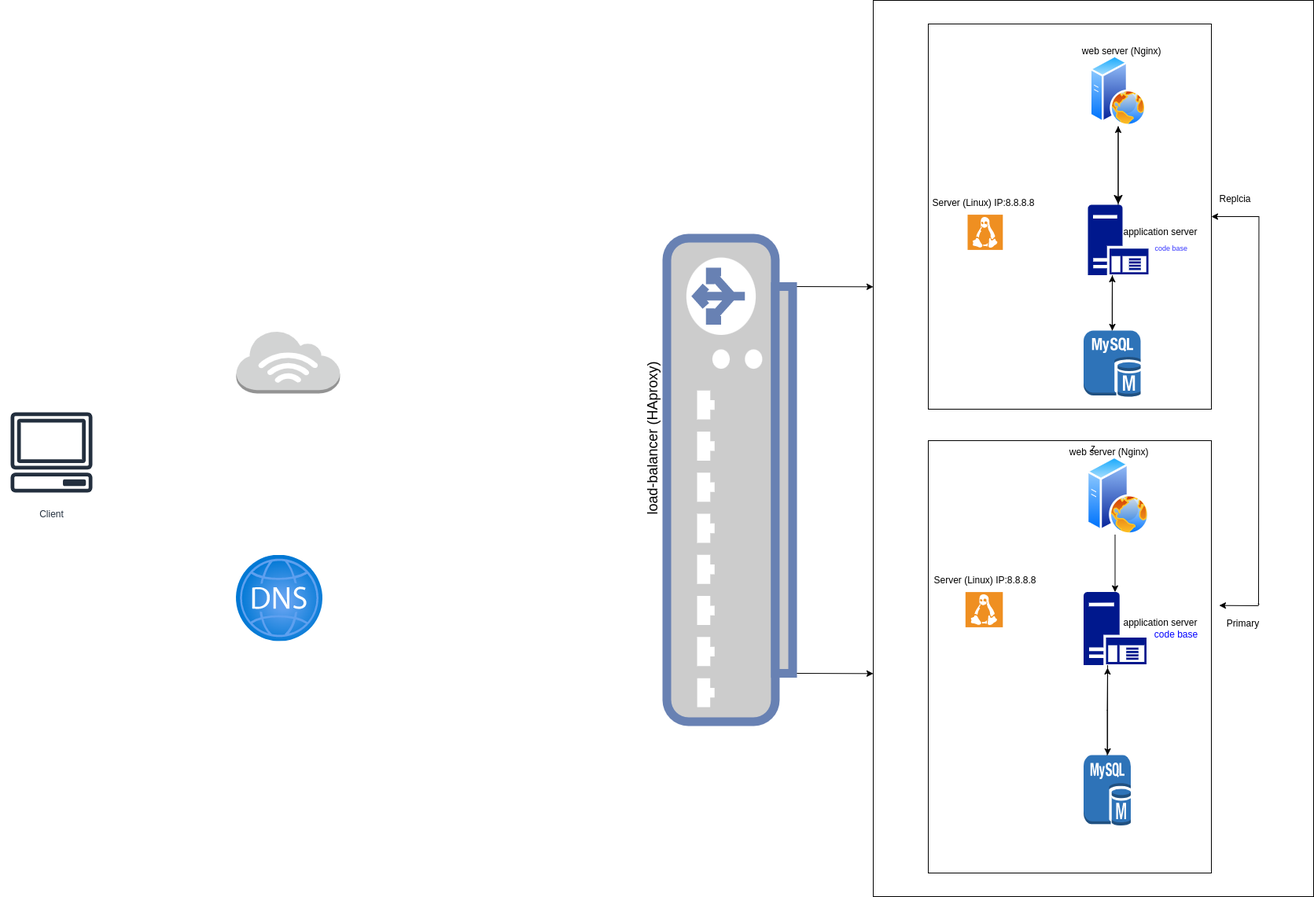
This is 0x09-web_infrastructure_design/1-distributed_web_infrastructure.drawio.png from Salma-fathi/alx-system_engineering-devops, a draw.io export, as it was before one commit. Source tidied: cells renumbered, new cells last; positions are measured from the earlier drawing's top-left corner, leaving out a move shared by most shapes.
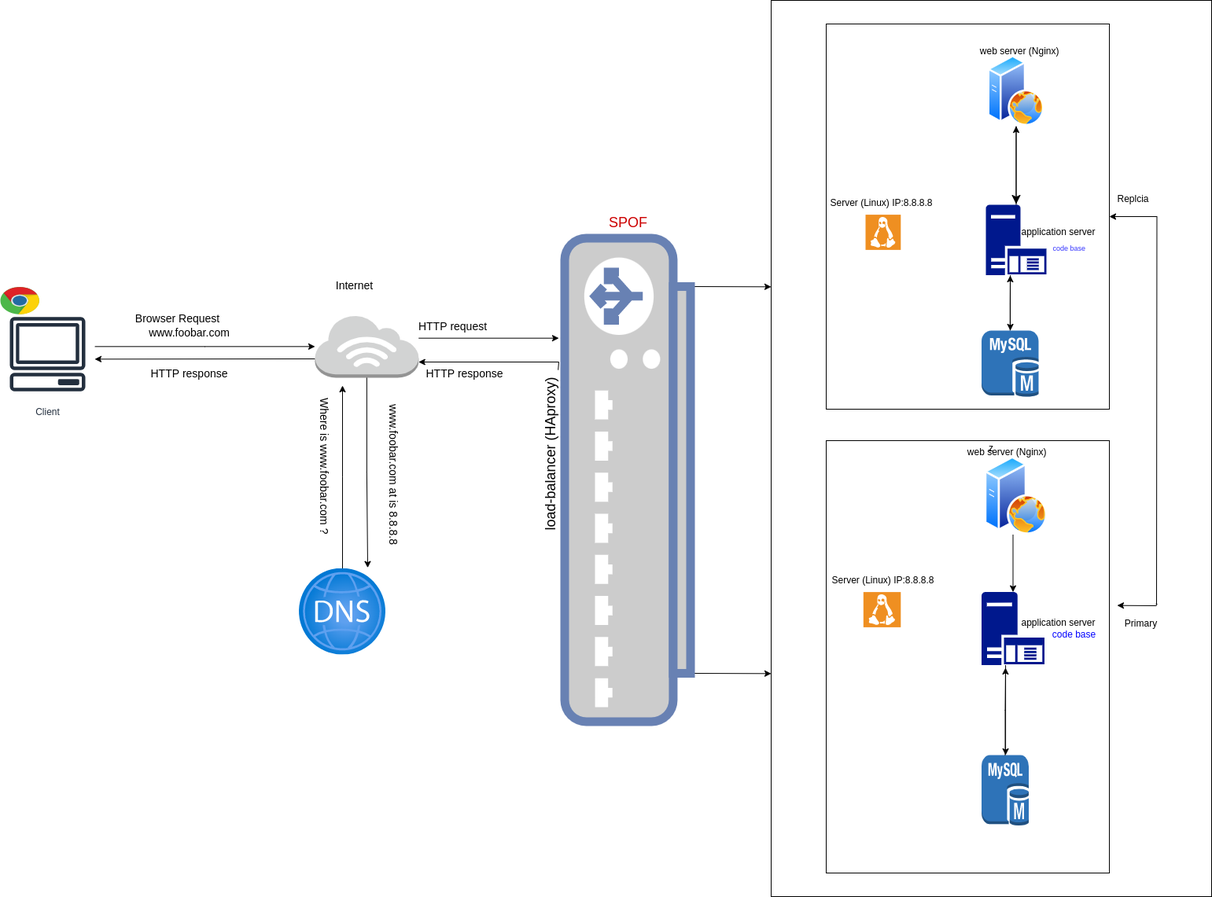
The same file after the commit.

What changed in the source:
```diff
@@ -127,16 +127,72 @@
       <mxGeometry x="1110" width="560" height="1140" as="geometry" />
     </mxCell>
     <mxCell id="36" value="&lt;font style=&quot;font-size: 18px;&quot;&gt;&amp;nbsp;load-balancer (HAproxy)&lt;/font&gt;" style="text;html=1;align=center;verticalAlign=middle;points=[];strokeColor=none;fillColor=none;rotation=-90;" parent="1" vertex="1">
-      <mxGeometry x="720" y="540" width="220" height="40" as="geometry" />
+      <mxGeometry x="720" y="560" width="220" height="40" as="geometry" />
     </mxCell>
+    <mxCell id="40" style="edgeStyle=elbowEdgeStyle;rounded=0;jettySize=auto;elbow=vertical;html=1;" parent="1" edge="1" source="37" target="38">
+      <mxGeometry relative="1" as="geometry" />
+    </mxCell>
     <mxCell id="37" value="Client" style="sketch=0;outlineConnect=0;fontColor=#232F3E;gradientColor=none;strokeColor=#232F3E;fillColor=#ffffff;dashed=0;verticalLabelPosition=bottom;verticalAlign=top;align=center;html=1;fontSize=12;fontStyle=0;shape=mxgraph.aws4.resourceIcon;resIcon=mxgraph.aws4.client;" parent="1" vertex="1">
-      <mxGeometry y="510" width="130" height="130" as="geometry" />
+      <mxGeometry x="130" y="390" width="120" height="120" as="geometry" />
     </mxCell>
+    <mxCell id="41" style="edgeStyle=elbowEdgeStyle;rounded=0;jettySize=auto;elbow=vertical;html=1;exitX=0;exitY=0.7;exitDx=0;exitDy=0;exitPerimeter=0;" parent="1" edge="1" source="38" target="37">
+      <mxGeometry relative="1" as="geometry" />
+    </mxCell>
+    <mxCell id="42" style="edgeStyle=elbowEdgeStyle;rounded=0;jettySize=auto;elbow=vertical;html=1;" parent="1" edge="1" source="38">
+      <mxGeometry relative="1" as="geometry">
+        <mxPoint x="840" y="430" as="targetPoint" />
+      </mxGeometry>
+    </mxCell>
+    <mxCell id="43" style="edgeStyle=elbowEdgeStyle;rounded=0;jettySize=auto;elbow=vertical;html=1;" parent="1" edge="1" source="39">
+      <mxGeometry relative="1" as="geometry">
+        <mxPoint x="565" y="490" as="targetPoint" />
+      </mxGeometry>
+    </mxCell>
+    <mxCell id="39" style="image;html=1;points=[];align=center;fontSize=12;image=img/lib/azure2/networking/DNS_Zones.svg;" parent="1" vertex="1">
+      <mxGeometry x="510" y="722.6" width="110" height="110" as="geometry" />
+    </mxCell>
+    <mxCell id="44" style="dashed=0;html=1;align=center;labelPosition=center;verticalLabelPosition=bottom;verticalAlign=top;shape=mxgraph.weblogos.chrome;" parent="1" vertex="1">
+      <mxGeometry x="130" y="364.6" width="50" height="35.4" as="geometry" />
+    </mxCell>
+    <mxCell id="45" style="edgeStyle=elbowEdgeStyle;rounded=0;jettySize=auto;elbow=vertical;html=1;" parent="1" edge="1" source="36" target="38">
+      <mxGeometry relative="1" as="geometry">
+        <Array as="points">
+          <mxPoint x="840" y="460" />
+        </Array>
+      </mxGeometry>
+    </mxCell>
     <mxCell id="38" style="outlineConnect=0;dashed=0;verticalLabelPosition=bottom;verticalAlign=top;align=center;html=1;shape=mxgraph.aws3.internet_3;fillColor=#D2D3D3;gradientColor=none;" parent="1" vertex="1">
-      <mxGeometry x="300" y="420" width="131.8" height="80" as="geometry" />
+      <mxGeometry x="530" y="400" width="131.8" height="80" as="geometry" />
     </mxCell>
-    <mxCell id="39" style="image;html=1;points=[];align=center;fontSize=12;image=img/lib/azure2/networking/DNS_Zones.svg;" parent="1" vertex="1">
-      <mxGeometry x="300" y="705.6" width="110" height="110" as="geometry" />
-    </mxCell>
+    <mxCell id="46" value="&lt;font style=&quot;font-size: 14px;&quot;&gt;HTTP request&lt;/font&gt;" style="text;html=1;align=center;verticalAlign=middle;strokeColor=none;fillColor=none;" parent="1" vertex="1">
+      <mxGeometry x="650" y="400" width="110" height="30" as="geometry" />
+    </mxCell>
+    <mxCell id="47" value="&lt;font style=&quot;font-size: 14px;&quot;&gt;HTTP response&lt;/font&gt;" style="text;html=1;align=center;verticalAlign=middle;strokeColor=none;fillColor=none;" parent="1" vertex="1">
+      <mxGeometry x="660" y="460" width="120" height="30" as="geometry" />
+    </mxCell>
+    <mxCell id="48" value="&lt;font style=&quot;font-size: 14px;&quot;&gt;www.foobar.com&lt;/font&gt;" style="text;html=1;align=center;verticalAlign=middle;strokeColor=none;fillColor=none;" parent="1" vertex="1">
+      <mxGeometry x="305" y="408" width="130" height="30" as="geometry" />
+    </mxCell>
+    <mxCell id="49" value="&lt;font style=&quot;font-size: 14px;&quot;&gt;HTTP response&lt;/font&gt;" style="text;html=1;align=center;verticalAlign=middle;strokeColor=none;fillColor=none;" parent="1" vertex="1">
+      <mxGeometry x="310" y="460" width="120" height="30" as="geometry" />
+    </mxCell>
+    <mxCell id="50" value="&lt;font style=&quot;font-size: 14px;&quot;&gt;Browser Request&lt;/font&gt;" style="text;html=1;align=center;verticalAlign=middle;strokeColor=none;fillColor=none;" parent="1" vertex="1">
+      <mxGeometry x="290" y="390" width="130" height="30" as="geometry" />
+    </mxCell>
+    <mxCell id="51" style="edgeStyle=elbowEdgeStyle;rounded=0;jettySize=auto;elbow=vertical;html=1;entryX=0.791;entryY=-0.008;entryDx=0;entryDy=0;entryPerimeter=0;" parent="1" edge="1" source="38" target="39">
+      <mxGeometry relative="1" as="geometry" />
+    </mxCell>
+    <mxCell id="52" value="&lt;font style=&quot;font-size: 14px;&quot;&gt;&amp;nbsp;Where is&amp;nbsp;www.foobar.com ?&lt;/font&gt;" style="text;html=1;align=center;verticalAlign=middle;strokeColor=none;fillColor=none;rotation=90;" parent="1" vertex="1">
+      <mxGeometry x="441.8" y="575" width="200" height="30" as="geometry" />
+    </mxCell>
+    <mxCell id="53" value="&lt;font style=&quot;font-size: 14px;&quot;&gt;www.foobar.com at is 8.8.8.8&lt;/font&gt;" style="text;html=1;align=center;verticalAlign=middle;strokeColor=none;fillColor=none;rotation=90;" parent="1" vertex="1">
+      <mxGeometry x="530" y="588" width="200" height="30" as="geometry" />
+    </mxCell>
+    <mxCell id="54" value="&lt;font color=&quot;#cc0000&quot; style=&quot;font-size: 18px;&quot;&gt;SPOF&lt;/font&gt;" style="text;html=1;align=center;verticalAlign=middle;strokeColor=none;fillColor=none;" parent="1" vertex="1">
+      <mxGeometry x="892.5" y="263" width="70" height="40" as="geometry" />
+    </mxCell>
+    <mxCell id="55" value="&lt;font style=&quot;font-size: 14px;&quot;&gt;Internet&lt;/font&gt;" style="text;html=1;align=center;verticalAlign=middle;strokeColor=none;fillColor=none;" parent="1" vertex="1">
+      <mxGeometry x="545" y="348" width="70" height="30" as="geometry" />
+    </mxCell>
   </root>
 </mxGraphModel>
```
